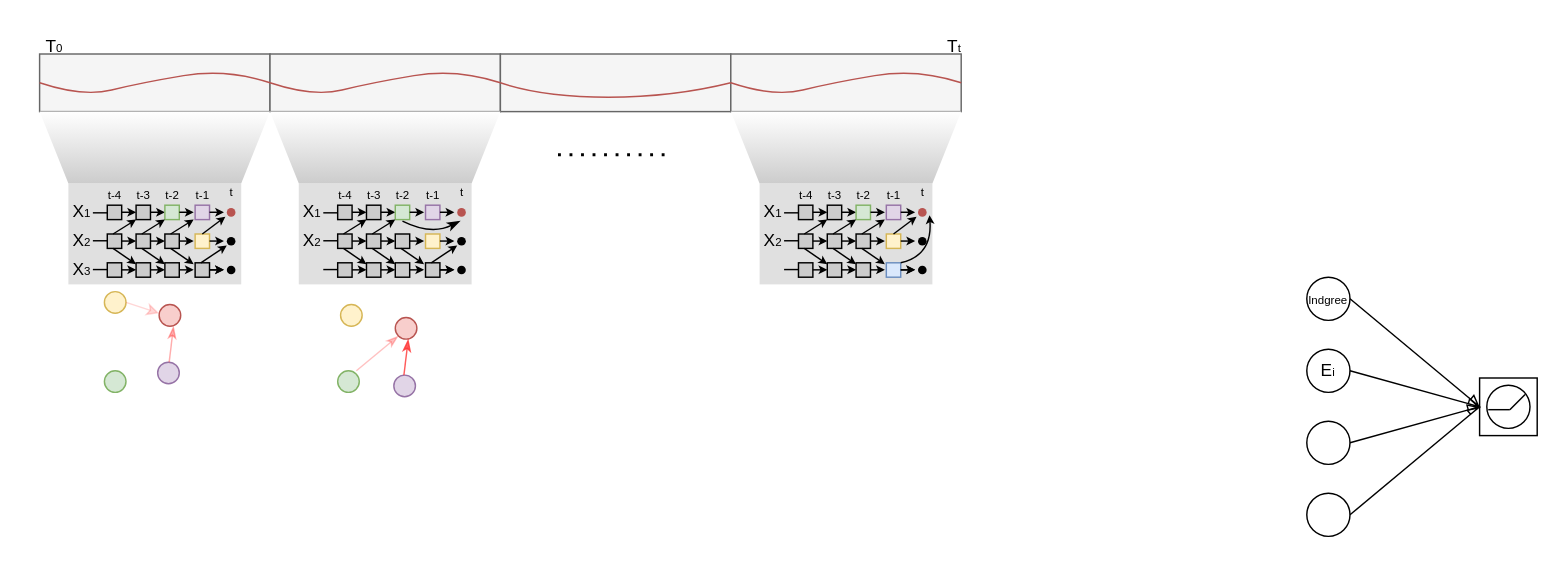
Above: Causal.drawio in hzb29/hzb29 (draw.io), before the change. Source tidied: cells renumbered, new cells numbered last; positions are measured from the earlier drawing's top-left corner, leaving out a move shared by most shapes. Both pictures are drawn from the tidied source at 144%, with x=0, y=0 at pixel (24, 24).
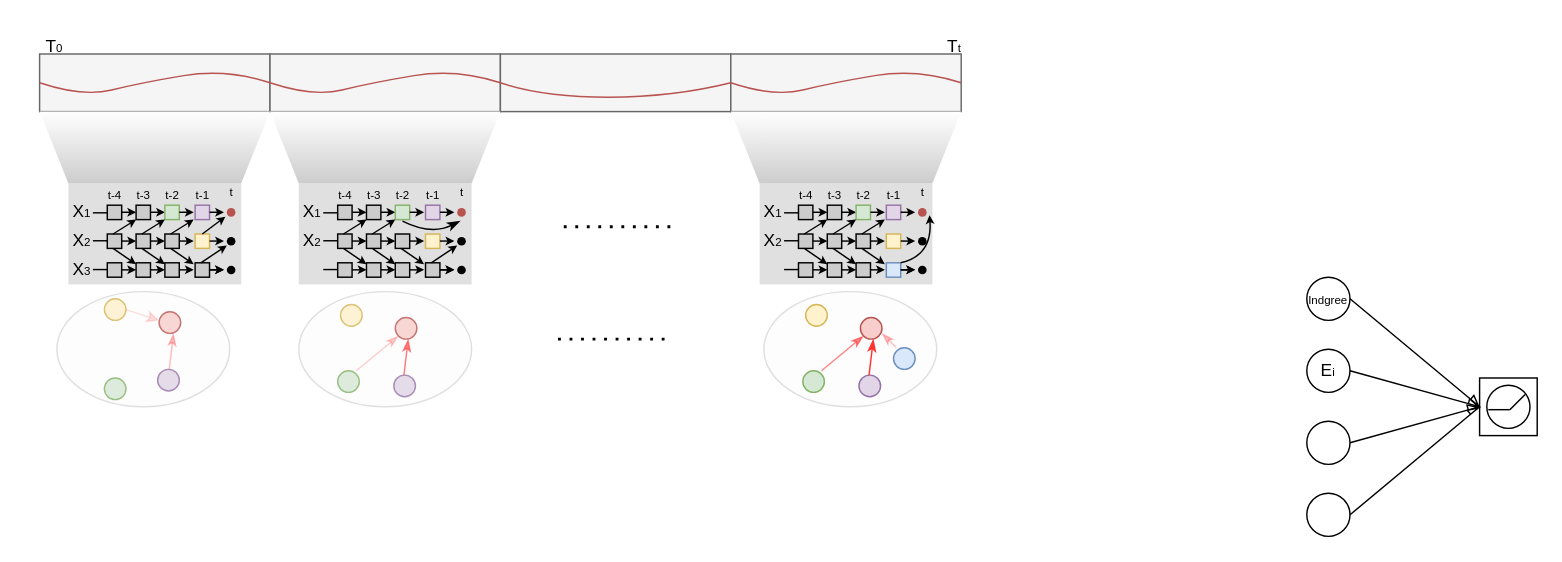
After the change.

The change refers to these unchanged cells:
```xml
<mxCell id="137" style="rounded=0;whiteSpace=wrap;html=1;fillColor=#fff2cc;strokeColor=#d6b656;" parent="1" vertex="1">
  <mxGeometry x="598" y="145" width="10" height="10" as="geometry" />
</mxCell>
```

Change to the diagram source:
```diff
@@
+    <mxCell id="181" style="ellipse;whiteSpace=wrap;html=1;fillColor=#f5f5f5;fontColor=#333333;strokeColor=#666666;opacity=20;" parent="1" vertex="1">
+      <mxGeometry x="513" y="185" width="120" height="80" as="geometry" />
+    </mxCell>
@@
     <mxCell id="12" style="endArrow=none;dashed=1;html=1;dashPattern=1 3;strokeWidth=2;rounded=0;" parent="1" edge="1">
       <mxGeometry relative="1" as="geometry">
-        <mxPoint x="370" y="90" as="sourcePoint" />
-        <mxPoint x="450" y="90" as="targetPoint" />
+        <mxPoint x="370" y="218" as="sourcePoint" />
+        <mxPoint x="450" y="218" as="targetPoint" />
       </mxGeometry>
     </mxCell>
@@
     <mxCell id="68" style="ellipse;whiteSpace=wrap;html=1;fillColor=#fff2cc;strokeColor=#d6b656;" parent="1" vertex="1">
-      <mxGeometry x="55" y="185" width="15" height="15" as="geometry" />
+      <mxGeometry x="55" y="190" width="15" height="15" as="geometry" />
     </mxCell>
     <mxCell id="69" style="ellipse;whiteSpace=wrap;html=1;fillColor=#d5e8d4;strokeColor=#82b366;" parent="1" vertex="1">
-      <mxGeometry x="55" y="240" width="15" height="15" as="geometry" />
+      <mxGeometry x="55" y="245" width="15" height="15" as="geometry" />
     </mxCell>
     <mxCell id="70" style="ellipse;whiteSpace=wrap;html=1;fillColor=#f8cecc;strokeColor=#b85450;" parent="1" vertex="1">
-      <mxGeometry x="93" y="194" width="15" height="15" as="geometry" />
+      <mxGeometry x="93" y="199" width="15" height="15" as="geometry" />
     </mxCell>
     <mxCell id="71" style="ellipse;whiteSpace=wrap;html=1;fillColor=#e1d5e7;strokeColor=#9673a6;" parent="1" vertex="1">
-      <mxGeometry x="92" y="234" width="15" height="15" as="geometry" />
+      <mxGeometry x="92" y="239" width="15" height="15" as="geometry" />
     </mxCell>
     <mxCell id="72" style="endArrow=classic;html=1;rounded=0;exitX=1;exitY=0.5;exitDx=0;exitDy=0;fillColor=#dae8fc;strokeColor=#FF3333;opacity=20;endFill=1;" parent="1" edge="1" source="68">
       <mxGeometry relative="1" as="geometry">
-        <mxPoint x="93" y="200" as="targetPoint" />
+        <mxPoint x="93" y="205" as="targetPoint" />
       </mxGeometry>
     </mxCell>
     <mxCell id="73" style="endArrow=classicThin;html=1;rounded=0;fillColor=#dae8fc;strokeColor=#FF3333;opacity=40;endFill=1;" parent="1" edge="1">
       <mxGeometry relative="1" as="geometry">
-        <mxPoint x="100" y="234" as="sourcePoint" />
-        <mxPoint x="103" y="209" as="targetPoint" />
+        <mxPoint x="100" y="239" as="sourcePoint" />
+        <mxPoint x="103" y="214" as="targetPoint" />
       </mxGeometry>
     </mxCell>
@@
-    <mxCell id="151" style="endArrow=classic;html=1;rounded=0;endSize=3;startSize=3;exitX=0.5;exitY=0;exitDx=0;exitDy=0;" parent="1" edge="1" source="137">
-      <mxGeometry relative="1" as="geometry">
-        <mxPoint x="619" y="133" as="targetPoint" />
-      </mxGeometry>
-    </mxCell>
@@
+    <mxCell id="182" style="endArrow=none;dashed=1;html=1;dashPattern=1 3;strokeWidth=2;rounded=0;" parent="1" edge="1">
+      <mxGeometry relative="1" as="geometry">
+        <mxPoint x="374" y="140" as="sourcePoint" />
+        <mxPoint x="454" y="140" as="targetPoint" />
+      </mxGeometry>
+    </mxCell>
+    <mxCell id="183" style="ellipse;whiteSpace=wrap;html=1;fillColor=#f5f5f5;fontColor=#333333;strokeColor=#666666;opacity=20;" parent="1" vertex="1">
+      <mxGeometry x="190" y="185" width="120" height="80" as="geometry" />
+    </mxCell>
+    <mxCell id="184" style="ellipse;whiteSpace=wrap;html=1;fillColor=#f5f5f5;fontColor=#333333;strokeColor=#666666;opacity=20;" parent="1" vertex="1">
+      <mxGeometry x="22" y="185" width="120" height="80" as="geometry" />
+    </mxCell>
+    <mxCell id="185" style="ellipse;whiteSpace=wrap;html=1;fillColor=#fff2cc;strokeColor=#d6b656;" parent="1" vertex="1">
+      <mxGeometry x="542" y="194" width="15" height="15" as="geometry" />
+    </mxCell>
+    <mxCell id="186" style="ellipse;whiteSpace=wrap;html=1;fillColor=#d5e8d4;strokeColor=#82b366;" parent="1" vertex="1">
+      <mxGeometry x="540" y="240" width="15" height="15" as="geometry" />
+    </mxCell>
+    <mxCell id="187" style="ellipse;whiteSpace=wrap;html=1;fillColor=#f8cecc;strokeColor=#b85450;" parent="1" vertex="1">
+      <mxGeometry x="580" y="203" width="15" height="15" as="geometry" />
+    </mxCell>
+    <mxCell id="188" style="ellipse;whiteSpace=wrap;html=1;fillColor=#e1d5e7;strokeColor=#9673a6;" parent="1" vertex="1">
+      <mxGeometry x="579" y="243" width="15" height="15" as="geometry" />
+    </mxCell>
+    <mxCell id="189" style="endArrow=classicThin;html=1;rounded=0;fillColor=#f8cecc;strokeColor=#FF3333;opacity=60;endFill=1;entryX=0;entryY=1;entryDx=0;entryDy=0;" parent="1" edge="1" target="187">
+      <mxGeometry relative="1" as="geometry">
+        <mxPoint x="553" y="240" as="sourcePoint" />
+      </mxGeometry>
+    </mxCell>
+    <mxCell id="190" style="endArrow=classicThin;html=1;rounded=0;fillColor=#dae8fc;strokeColor=#FF3333;endFill=1;" parent="1" edge="1">
+      <mxGeometry relative="1" as="geometry">
+        <mxPoint x="586" y="243" as="sourcePoint" />
+        <mxPoint x="589" y="218" as="targetPoint" />
+      </mxGeometry>
+    </mxCell>
+    <mxCell id="191" style="ellipse;whiteSpace=wrap;html=1;fillColor=#dae8fc;strokeColor=#6c8ebf;" parent="1" vertex="1">
+      <mxGeometry x="603" y="224" width="15" height="15" as="geometry" />
+    </mxCell>
+    <mxCell id="192" style="endArrow=classicThin;html=1;rounded=0;fillColor=#dae8fc;strokeColor=#FF3333;opacity=30;endFill=1;" parent="1" edge="1">
+      <mxGeometry relative="1" as="geometry">
+        <mxPoint x="605" y="224" as="sourcePoint" />
+        <mxPoint x="595" y="214" as="targetPoint" />
+      </mxGeometry>
+    </mxCell>
```
